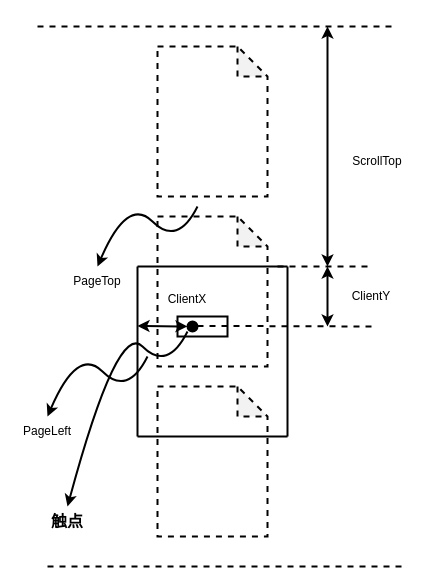
Earlier version of the draw.io diagram 5.drawio (ShawnTu/git-tutorial). Source tidied: cells renumbered, new cells numbered last; positions are measured from the earlier drawing's top-left corner, leaving out a move shared by most shapes. Both pictures are drawn from the tidied source at 100%, with x=0, y=0 at pixel (17, 26).
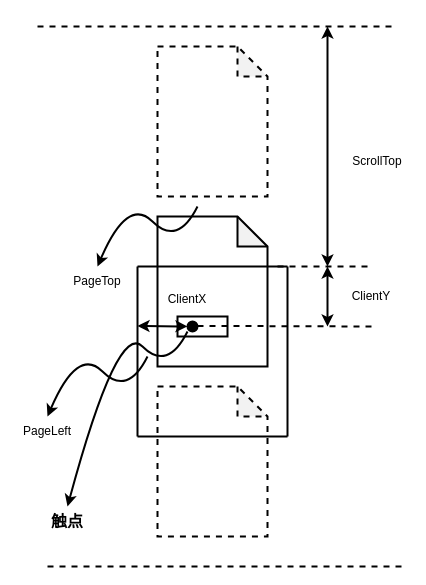
After the change.

The edit, as a diff of the source:
```diff
@@
-    <mxCell id="4" style="shape=note;whiteSpace=wrap;html=1;backgroundOutline=1;darkOpacity=0.05;strokeWidth=2;dashed=1;" parent="1" vertex="1">
+    <mxCell id="4" style="shape=note;whiteSpace=wrap;html=1;backgroundOutline=1;darkOpacity=0.05;strokeWidth=2;" parent="1" vertex="1">
       <mxGeometry x="140" y="190" width="110" height="150" as="geometry" />
     </mxCell>
```
